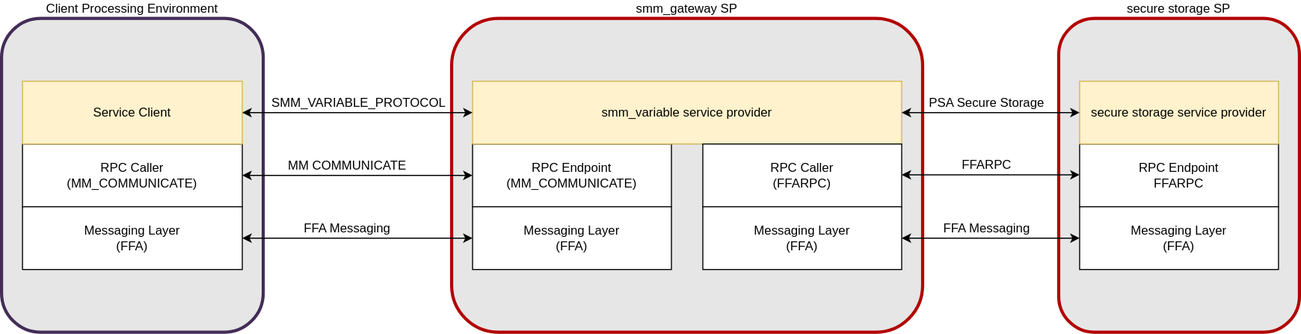
Earlier version of the draw.io export docs/services/image/smm-gateway-layers.svg (robbie-cao/trusted-services). Source tidied: cells renumbered, new cells last; positions are measured from the earlier drawing's top-left corner, leaving out a move shared by most shapes.
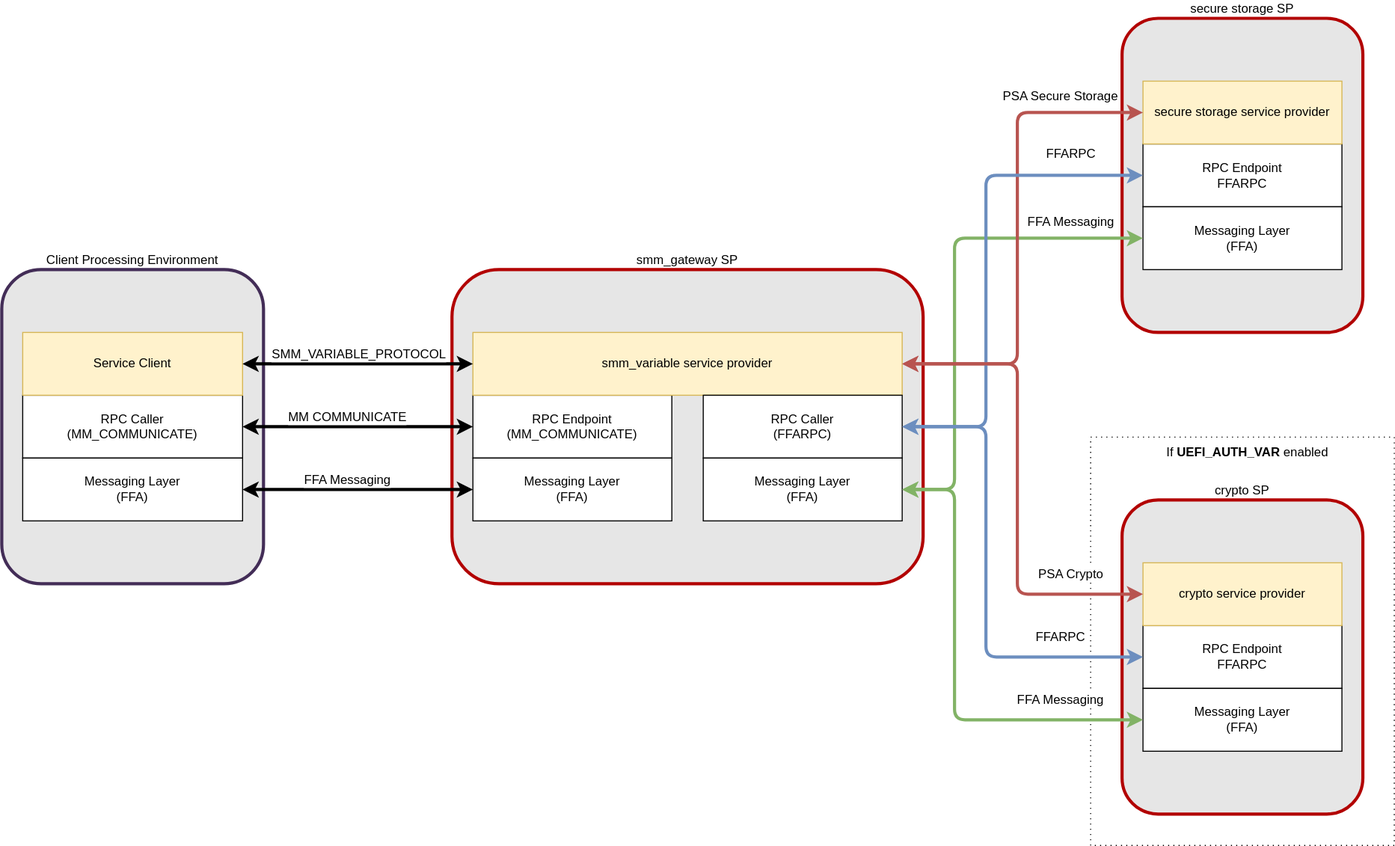
The same file after the commit.

What changed in the source:
```diff
@@ -2,6 +2,9 @@
   <root>
     <mxCell id="0" />
     <mxCell id="1" parent="0" />
+    <mxCell id="28" style="rounded=0;whiteSpace=wrap;html=1;fillStyle=auto;gradientColor=none;dashed=1;dashPattern=1 4;" parent="1" vertex="1">
+      <mxGeometry x="1040" y="160" width="290" height="390" as="geometry" />
+    </mxCell>
     <mxCell id="2" value="Client Processing Environment" style="rounded=1;whiteSpace=wrap;html=1;fillColor=#E6E6E6;strokeColor=#432D57;labelPosition=center;verticalLabelPosition=top;align=center;verticalAlign=bottom;fontColor=#000000;strokeWidth=3;" parent="1" vertex="1">
       <mxGeometry width="250" height="300" as="geometry" />
     </mxCell>
@@ -20,7 +23,7 @@
     <mxCell id="7" value="Messaging Layer&lt;br&gt;(FFA)" style="rounded=0;whiteSpace=wrap;html=1;" parent="1" vertex="1">
       <mxGeometry x="450" y="180" width="190" height="60" as="geometry" />
     </mxCell>
-    <mxCell id="8" style="endArrow=classic;startArrow=classic;html=1;entryX=0;entryY=0.5;entryDx=0;entryDy=0;exitX=1;exitY=0.5;exitDx=0;exitDy=0;" parent="1" edge="1" source="4" target="6">
+    <mxCell id="8" style="endArrow=classic;startArrow=classic;html=1;entryX=0;entryY=0.5;entryDx=0;entryDy=0;exitX=1;exitY=0.5;exitDx=0;exitDy=0;strokeWidth=3;" parent="1" edge="1" source="4" target="6">
       <mxGeometry relative="1" as="geometry" />
     </mxCell>
     <mxCell id="9" value="MM COMMUNICATE" style="text;html=1;align=center;verticalAlign=middle;labelBackgroundColor=#ffffff;" parent="8" vertex="1">
@@ -28,28 +31,28 @@
         <mxPoint x="16" y="-10" as="offset" />
       </mxGeometry>
     </mxCell>
-    <mxCell id="10" style="endArrow=classic;startArrow=classic;html=1;exitX=1;exitY=0.5;exitDx=0;exitDy=0;" parent="1" edge="1" source="5">
-      <mxGeometry relative="1" as="geometry">
-        <mxPoint x="450" y="210" as="targetPoint" />
-      </mxGeometry>
-    </mxCell>
-    <mxCell id="11" value="FFA Messaging" style="text;html=1;align=center;verticalAlign=middle;labelBackgroundColor=#ffffff;" parent="10" vertex="1">
-      <mxGeometry x="-0.25" relative="1" as="geometry">
-        <mxPoint x="16" y="-10" as="offset" />
-      </mxGeometry>
-    </mxCell>
+    <mxCell id="29" style="endArrow=classic;startArrow=classic;html=1;exitX=1;exitY=0.5;exitDx=0;exitDy=0;strokeWidth=3;" parent="1" edge="1" source="5">
+      <mxGeometry relative="1" as="geometry">
+        <mxPoint x="450" y="210" as="targetPoint" />
+      </mxGeometry>
+    </mxCell>
+    <mxCell id="30" value="FFA Messaging" style="text;html=1;align=center;verticalAlign=middle;labelBackgroundColor=#ffffff;" parent="29" vertex="1">
+      <mxGeometry x="-0.25" relative="1" as="geometry">
+        <mxPoint x="16" y="-10" as="offset" />
+      </mxGeometry>
+    </mxCell>
     <mxCell id="12" value="Service Client" style="rounded=0;whiteSpace=wrap;html=1;fillColor=#fff2cc;strokeColor=#d6b656;" parent="1" vertex="1">
       <mxGeometry x="20" y="60" width="210" height="60" as="geometry" />
     </mxCell>
     <mxCell id="13" value="smm_variable service provider" style="rounded=0;whiteSpace=wrap;html=1;fillColor=#fff2cc;strokeColor=#d6b656;" parent="1" vertex="1">
       <mxGeometry x="450" y="60" width="410" height="60" as="geometry" />
     </mxCell>
-    <mxCell id="14" style="endArrow=classic;startArrow=classic;html=1;exitX=1;exitY=0.5;exitDx=0;exitDy=0;" parent="1" edge="1" source="12">
-      <mxGeometry relative="1" as="geometry">
-        <mxPoint x="450" y="90" as="targetPoint" />
-      </mxGeometry>
-    </mxCell>
+    <mxCell id="31" style="endArrow=classic;startArrow=classic;html=1;exitX=1;exitY=0.5;exitDx=0;exitDy=0;strokeWidth=3;" parent="1" edge="1" source="12">
+      <mxGeometry relative="1" as="geometry">
+        <mxPoint x="450" y="90" as="targetPoint" />
+      </mxGeometry>
+    </mxCell>
-    <mxCell id="15" value="SMM_VARIABLE_PROTOCOL" style="text;html=1;align=center;verticalAlign=middle;labelBackgroundColor=#ffffff;" parent="14" vertex="1">
+    <mxCell id="15" value="SMM_VARIABLE_PROTOCOL" style="text;html=1;align=center;verticalAlign=middle;labelBackgroundColor=#ffffff;" parent="31" vertex="1">
       <mxGeometry x="-0.25" relative="1" as="geometry">
         <mxPoint x="27" y="-10" as="offset" />
       </mxGeometry>
@@ -60,44 +63,119 @@
     <mxCell id="17" value="Messaging Layer&lt;br&gt;(FFA)" style="rounded=0;whiteSpace=wrap;html=1;" parent="1" vertex="1">
       <mxGeometry x="670" y="180" width="190" height="60" as="geometry" />
     </mxCell>
+    <mxCell id="32" style="group;" parent="1" vertex="1">
+      <mxGeometry x="870" y="-240" width="380" height="300" as="geometry" />
+    </mxCell>
+    <mxCell id="33" style="group;" parent="32" vertex="1">
+      <mxGeometry x="200" width="230" height="300" as="geometry" />
+    </mxCell>
-    <mxCell id="18" value="secure storage SP" style="rounded=1;whiteSpace=wrap;html=1;fillColor=#E6E6E6;strokeColor=#B20000;labelPosition=center;verticalLabelPosition=top;align=center;verticalAlign=bottom;fontColor=#000000;strokeWidth=3;" parent="1" vertex="1">
-      <mxGeometry x="1010" width="230" height="300" as="geometry" />
+    <mxCell id="18" value="secure storage SP" style="rounded=1;whiteSpace=wrap;html=1;fillColor=#E6E6E6;strokeColor=#B20000;labelPosition=center;verticalLabelPosition=top;align=center;verticalAlign=bottom;fontColor=#000000;strokeWidth=3;" parent="33" vertex="1">
+      <mxGeometry width="230" height="300" as="geometry" />
     </mxCell>
-    <mxCell id="19" value="RPC Endpoint&lt;br&gt;FFARPC" style="rounded=0;whiteSpace=wrap;html=1;" parent="1" vertex="1">
-      <mxGeometry x="1030" y="120" width="190" height="60" as="geometry" />
-    </mxCell>
-    <mxCell id="20" value="Messaging Layer&lt;br&gt;(FFA)" style="rounded=0;whiteSpace=wrap;html=1;" parent="1" vertex="1">
-      <mxGeometry x="1030" y="180" width="190" height="60" as="geometry" />
-    </mxCell>
+    <mxCell id="34" value="RPC Endpoint&lt;br&gt;FFARPC" style="rounded=0;whiteSpace=wrap;html=1;" parent="33" vertex="1">
+      <mxGeometry x="20" y="120" width="190" height="60" as="geometry" />
+    </mxCell>
+    <mxCell id="35" value="Messaging Layer&lt;br&gt;(FFA)" style="rounded=0;whiteSpace=wrap;html=1;" parent="33" vertex="1">
+      <mxGeometry x="20" y="180" width="190" height="60" as="geometry" />
+    </mxCell>
-    <mxCell id="21" value="secure storage service provider" style="rounded=0;whiteSpace=wrap;html=1;fillColor=#fff2cc;strokeColor=#d6b656;" parent="1" vertex="1">
-      <mxGeometry x="1030" y="60" width="190" height="60" as="geometry" />
+    <mxCell id="21" value="secure storage service provider" style="rounded=0;whiteSpace=wrap;html=1;fillColor=#fff2cc;strokeColor=#d6b656;" parent="33" vertex="1">
+      <mxGeometry x="20" y="60" width="190" height="60" as="geometry" />
     </mxCell>
-    <mxCell id="22" style="endArrow=classic;startArrow=classic;html=1;exitX=1;exitY=0.5;exitDx=0;exitDy=0;entryX=0;entryY=0.5;entryDx=0;entryDy=0;" parent="1" edge="1" source="17" target="20">
-      <mxGeometry relative="1" as="geometry" />
-    </mxCell>
-    <mxCell id="23" value="FFA Messaging" style="text;html=1;align=center;verticalAlign=middle;labelBackgroundColor=#ffffff;" parent="22" vertex="1">
-      <mxGeometry x="-0.25" relative="1" as="geometry">
-        <mxPoint x="16" y="-10" as="offset" />
-      </mxGeometry>
-    </mxCell>
-    <mxCell id="24" style="endArrow=classic;startArrow=classic;html=1;exitX=1;exitY=0.5;exitDx=0;exitDy=0;entryX=0;entryY=0.5;entryDx=0;entryDy=0;" parent="1" edge="1">
-      <mxGeometry relative="1" as="geometry">
-        <mxPoint x="860" y="149.5" as="sourcePoint" />
-        <mxPoint x="1030" y="149.5" as="targetPoint" />
-      </mxGeometry>
-    </mxCell>
-    <mxCell id="25" value="FFARPC" style="text;html=1;align=center;verticalAlign=middle;labelBackgroundColor=#ffffff;" parent="24" vertex="1">
-      <mxGeometry x="-0.25" relative="1" as="geometry">
-        <mxPoint x="16" y="-10" as="offset" />
-      </mxGeometry>
-    </mxCell>
+    <mxCell id="36" style="endArrow=classic;startArrow=classic;html=1;exitX=1;exitY=0.5;exitDx=0;exitDy=0;entryX=0;entryY=0.5;entryDx=0;entryDy=0;strokeWidth=3;fillColor=#d5e8d4;strokeColor=#82b366;edgeStyle=orthogonalEdgeStyle;" parent="1" edge="1" source="17" target="35">
+      <mxGeometry relative="1" as="geometry">
+        <Array as="points">
+          <mxPoint x="910" y="210" />
+          <mxPoint x="910" y="-30" />
+        </Array>
+      </mxGeometry>
+    </mxCell>
+    <mxCell id="37" value="FFA Messaging" style="text;html=1;align=center;verticalAlign=middle;labelBackgroundColor=#ffffff;" parent="36" vertex="1">
+      <mxGeometry x="-0.25" relative="1" as="geometry">
+        <mxPoint x="110" y="-129" as="offset" />
+      </mxGeometry>
+    </mxCell>
-    <mxCell id="26" style="endArrow=classic;startArrow=classic;html=1;exitX=1;exitY=0.5;exitDx=0;exitDy=0;entryX=0;entryY=0.5;entryDx=0;entryDy=0;" parent="1" edge="1" source="13" target="21">
-      <mxGeometry relative="1" as="geometry" />
+    <mxCell id="26" style="endArrow=classic;startArrow=classic;html=1;exitX=1;exitY=0.5;exitDx=0;exitDy=0;entryX=0;entryY=0.5;entryDx=0;entryDy=0;strokeWidth=3;fillColor=#f8cecc;strokeColor=#b85450;edgeStyle=orthogonalEdgeStyle;" parent="1" edge="1" source="13" target="21">
+      <mxGeometry relative="1" as="geometry">
+        <Array as="points">
+          <mxPoint x="970" y="90" />
+          <mxPoint x="970" y="-150" />
+        </Array>
+      </mxGeometry>
     </mxCell>
     <mxCell id="27" value="PSA Secure Storage" style="text;html=1;align=center;verticalAlign=middle;labelBackgroundColor=#ffffff;" parent="26" vertex="1">
       <mxGeometry x="-0.25" relative="1" as="geometry">
-        <mxPoint x="16" y="-10" as="offset" />
+        <mxPoint x="40" y="-189" as="offset" />
       </mxGeometry>
     </mxCell>
+    <mxCell id="38" style="endArrow=classic;startArrow=classic;html=1;exitX=1;exitY=0.5;exitDx=0;exitDy=0;entryX=0;entryY=0.5;entryDx=0;entryDy=0;strokeWidth=3;fillColor=#dae8fc;strokeColor=#6c8ebf;edgeStyle=orthogonalEdgeStyle;" parent="1" edge="1" source="16" target="34">
+      <mxGeometry relative="1" as="geometry">
+        <Array as="points">
+          <mxPoint x="940" y="150" />
+          <mxPoint x="940" y="-90" />
+        </Array>
+      </mxGeometry>
+    </mxCell>
+    <mxCell id="39" value="FFARPC" style="text;html=1;align=center;verticalAlign=middle;labelBackgroundColor=#ffffff;" parent="38" vertex="1">
+      <mxGeometry x="-0.25" relative="1" as="geometry">
+        <mxPoint x="80" y="-164" as="offset" />
+      </mxGeometry>
+    </mxCell>
+    <mxCell id="40" style="group;" parent="1" vertex="1">
+      <mxGeometry x="1070" y="220" width="230" height="300" as="geometry" />
+    </mxCell>
+    <mxCell id="41" value="crypto SP" style="rounded=1;whiteSpace=wrap;html=1;fillColor=#E6E6E6;strokeColor=#B20000;labelPosition=center;verticalLabelPosition=top;align=center;verticalAlign=bottom;fontColor=#000000;strokeWidth=3;" parent="40" vertex="1">
+      <mxGeometry width="230" height="300" as="geometry" />
+    </mxCell>
+    <mxCell id="42" value="RPC Endpoint&lt;br&gt;FFARPC" style="rounded=0;whiteSpace=wrap;html=1;" parent="40" vertex="1">
+      <mxGeometry x="20" y="120" width="190" height="60" as="geometry" />
+    </mxCell>
+    <mxCell id="43" value="Messaging Layer&lt;br&gt;(FFA)" style="rounded=0;whiteSpace=wrap;html=1;" parent="40" vertex="1">
+      <mxGeometry x="20" y="180" width="190" height="60" as="geometry" />
+    </mxCell>
+    <mxCell id="44" value="crypto service provider" style="rounded=0;whiteSpace=wrap;html=1;fillColor=#fff2cc;strokeColor=#d6b656;" parent="40" vertex="1">
+      <mxGeometry x="20" y="60" width="190" height="60" as="geometry" />
+    </mxCell>
+    <mxCell id="45" style="endArrow=classic;startArrow=classic;html=1;exitX=1;exitY=0.5;exitDx=0;exitDy=0;entryX=0;entryY=0.5;entryDx=0;entryDy=0;strokeWidth=3;fillColor=#f8cecc;strokeColor=#b85450;edgeStyle=orthogonalEdgeStyle;" parent="1" edge="1" source="13" target="44">
+      <mxGeometry relative="1" as="geometry">
+        <Array as="points">
+          <mxPoint x="970" y="90" />
+          <mxPoint x="970" y="310" />
+        </Array>
+      </mxGeometry>
+    </mxCell>
+    <mxCell id="46" value="PSA Crypto" style="text;html=1;align=center;verticalAlign=middle;labelBackgroundColor=#ffffff;" parent="45" vertex="1">
+      <mxGeometry x="-0.25" relative="1" as="geometry">
+        <mxPoint x="50" y="141" as="offset" />
+      </mxGeometry>
+    </mxCell>
+    <mxCell id="47" style="endArrow=classic;startArrow=classic;html=1;exitX=1;exitY=0.5;exitDx=0;exitDy=0;entryX=0;entryY=0.5;entryDx=0;entryDy=0;strokeWidth=3;fillColor=#dae8fc;strokeColor=#6c8ebf;edgeStyle=orthogonalEdgeStyle;" parent="1" edge="1" source="16" target="42">
+      <mxGeometry relative="1" as="geometry">
+        <Array as="points">
+          <mxPoint x="940" y="150" />
+          <mxPoint x="940" y="370" />
+        </Array>
+      </mxGeometry>
+    </mxCell>
+    <mxCell id="48" value="FFARPC" style="text;html=1;align=center;verticalAlign=middle;labelBackgroundColor=#ffffff;" parent="47" vertex="1">
+      <mxGeometry x="-0.25" relative="1" as="geometry">
+        <mxPoint x="70" y="111" as="offset" />
+      </mxGeometry>
+    </mxCell>
+    <mxCell id="49" style="endArrow=classic;startArrow=classic;html=1;exitX=1;exitY=0.5;exitDx=0;exitDy=0;entryX=0;entryY=0.5;entryDx=0;entryDy=0;strokeWidth=3;fillColor=#d5e8d4;strokeColor=#82b366;edgeStyle=orthogonalEdgeStyle;" parent="1" edge="1" source="17" target="43">
+      <mxGeometry relative="1" as="geometry">
+        <Array as="points">
+          <mxPoint x="910" y="210" />
+          <mxPoint x="910" y="430" />
+        </Array>
+      </mxGeometry>
+    </mxCell>
+    <mxCell id="50" value="FFA Messaging" style="text;html=1;align=center;verticalAlign=middle;labelBackgroundColor=#ffffff;" parent="49" vertex="1">
+      <mxGeometry x="-0.25" relative="1" as="geometry">
+        <mxPoint x="100" y="81" as="offset" />
+      </mxGeometry>
+    </mxCell>
+    <mxCell id="51" value="If&amp;nbsp;&lt;b&gt;UEFI_AUTH_VAR &lt;/b&gt;enabled" style="text;html=1;strokeColor=none;fillColor=none;align=center;verticalAlign=middle;whiteSpace=wrap;rounded=0;" parent="1" vertex="1">
+      <mxGeometry x="1080" y="160" width="220" height="30" as="geometry" />
+    </mxCell>
   </root>
 </mxGraphModel>
```
